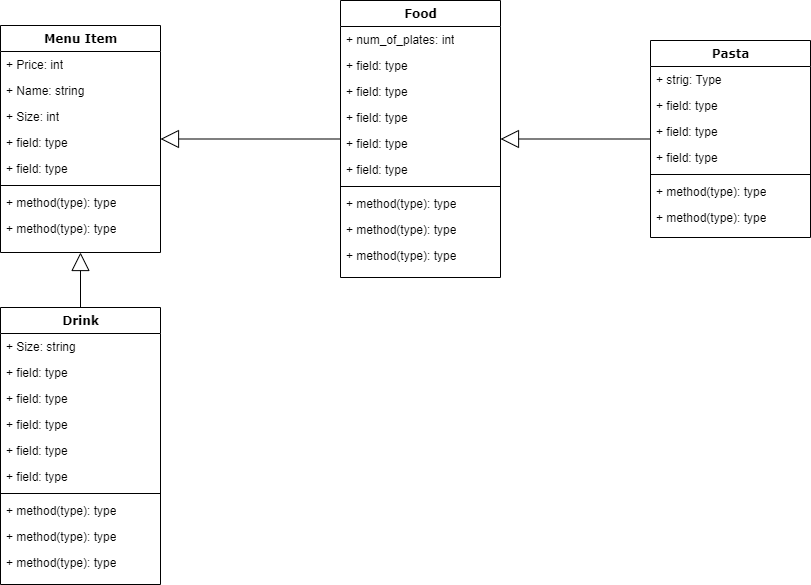
Before: UML.png, a diagram exported from draw.io (SohamA12345/Project). Source tidied: cells renumbered, new cells last; positions are measured from the earlier drawing's top-left corner, leaving out a move shared by most shapes.
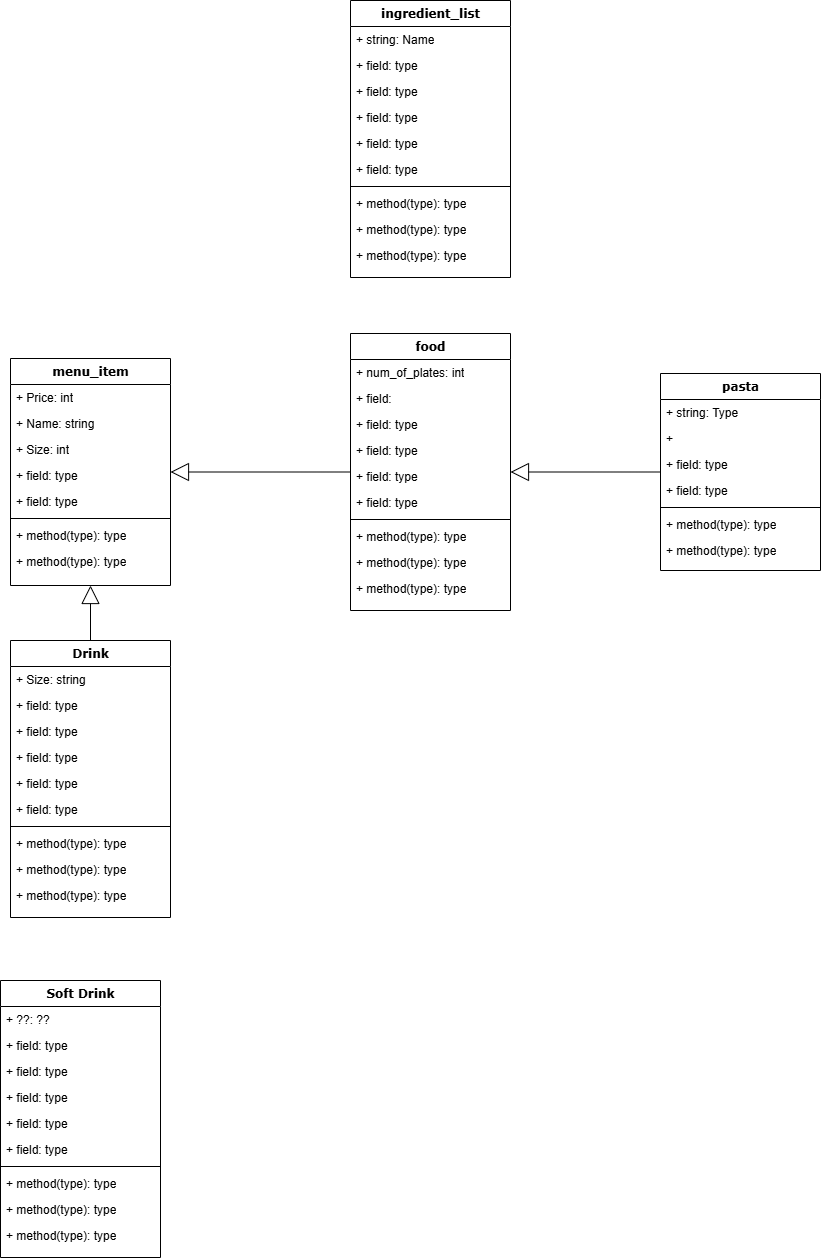
Later version of the same file.

Change to the diagram source:
```diff
@@ -2,7 +2,7 @@
   <root>
     <mxCell id="0" />
     <mxCell id="1" parent="0" />
-    <mxCell id="2" value="&lt;div&gt;Menu Item&lt;br&gt;&lt;/div&gt;" style="swimlane;html=1;fontStyle=1;align=center;verticalAlign=top;horizontal=1;startSize=26;swimlaneFillColor=#ffffff;rounded=0;shadow=0;comic=0;labelBackgroundColor=none;strokeWidth=1;fillColor=none;fontFamily=Verdana;fontSize=12;" parent="1" vertex="1">
+    <mxCell id="2" value="&lt;div&gt;menu_item&lt;br&gt;&lt;/div&gt;" style="swimlane;html=1;fontStyle=1;align=center;verticalAlign=top;horizontal=1;startSize=26;swimlaneFillColor=#ffffff;rounded=0;shadow=0;comic=0;labelBackgroundColor=none;strokeWidth=1;fillColor=none;fontFamily=Verdana;fontSize=12;" parent="1" vertex="1">
       <mxGeometry y="25" width="160" height="227" as="geometry" />
     </mxCell>
     <mxCell id="3" value="+ Price: int" style="text;html=1;strokeColor=none;fillColor=none;align=left;verticalAlign=top;spacingLeft=4;spacingRight=4;whiteSpace=wrap;overflow=hidden;" parent="2" vertex="1">
@@ -32,13 +32,13 @@
     <mxCell id="11" style="edgeStyle=orthogonalEdgeStyle;html=1;labelBackgroundColor=none;startFill=0;startSize=8;endArrow=block;endFill=0;endSize=16;fontFamily=Verdana;fontSize=12;elbow=vertical;rounded=1;strokeColor=default;align=center;verticalAlign=middle;fontColor=default;" parent="1" edge="1" source="23" target="12">
       <mxGeometry relative="1" as="geometry" />
     </mxCell>
-    <mxCell id="12" value="Food" style="swimlane;html=1;fontStyle=1;align=center;verticalAlign=top;horizontal=1;startSize=26;swimlaneFillColor=#ffffff;rounded=0;shadow=0;comic=0;labelBackgroundColor=none;strokeWidth=1;fillColor=none;fontFamily=Verdana;fontSize=12;" parent="1" vertex="1">
+    <mxCell id="12" value="food" style="swimlane;html=1;fontStyle=1;align=center;verticalAlign=top;horizontal=1;startSize=26;swimlaneFillColor=#ffffff;rounded=0;shadow=0;comic=0;labelBackgroundColor=none;strokeWidth=1;fillColor=none;fontFamily=Verdana;fontSize=12;" parent="1" vertex="1">
       <mxGeometry x="340" width="160" height="277" as="geometry" />
     </mxCell>
     <mxCell id="13" value="+ num_of_plates: int" style="text;html=1;strokeColor=none;fillColor=none;align=left;verticalAlign=top;spacingLeft=4;spacingRight=4;whiteSpace=wrap;overflow=hidden;" parent="12" vertex="1">
       <mxGeometry y="26" width="160" height="26" as="geometry" />
     </mxCell>
-    <mxCell id="14" value="+ field: type" style="text;html=1;strokeColor=none;fillColor=none;align=left;verticalAlign=top;spacingLeft=4;spacingRight=4;whiteSpace=wrap;overflow=hidden;" parent="12" vertex="1">
+    <mxCell id="14" value="+ field:" style="text;html=1;strokeColor=none;fillColor=none;align=left;verticalAlign=top;spacingLeft=4;spacingRight=4;whiteSpace=wrap;overflow=hidden;" parent="12" vertex="1">
       <mxGeometry y="52" width="160" height="26" as="geometry" />
     </mxCell>
     <mxCell id="15" value="+ field: type" style="text;html=1;strokeColor=none;fillColor=none;align=left;verticalAlign=top;spacingLeft=4;spacingRight=4;whiteSpace=wrap;overflow=hidden;" parent="12" vertex="1">
@@ -65,13 +65,13 @@
     <mxCell id="22" value="+ method(type): type" style="text;html=1;strokeColor=none;fillColor=none;align=left;verticalAlign=top;spacingLeft=4;spacingRight=4;whiteSpace=wrap;overflow=hidden;" parent="12" vertex="1">
       <mxGeometry y="242" width="160" height="26" as="geometry" />
     </mxCell>
-    <mxCell id="23" value="Pasta" style="swimlane;html=1;fontStyle=1;align=center;verticalAlign=top;horizontal=1;startSize=26;swimlaneFillColor=#ffffff;rounded=0;shadow=0;comic=0;labelBackgroundColor=none;strokeWidth=1;fillColor=none;fontFamily=Verdana;fontSize=12;" parent="1" vertex="1">
+    <mxCell id="23" value="pasta" style="swimlane;html=1;fontStyle=1;align=center;verticalAlign=top;horizontal=1;startSize=26;swimlaneFillColor=#ffffff;rounded=0;shadow=0;comic=0;labelBackgroundColor=none;strokeWidth=1;fillColor=none;fontFamily=Verdana;fontSize=12;" parent="1" vertex="1">
       <mxGeometry x="650" y="40" width="160" height="197" as="geometry" />
     </mxCell>
-    <mxCell id="24" value="+ strig: Type&amp;nbsp;" style="text;html=1;strokeColor=none;fillColor=none;align=left;verticalAlign=top;spacingLeft=4;spacingRight=4;whiteSpace=wrap;overflow=hidden;" parent="23" vertex="1">
+    <mxCell id="24" value="+ string: Type&amp;nbsp;" style="text;html=1;strokeColor=none;fillColor=none;align=left;verticalAlign=top;spacingLeft=4;spacingRight=4;whiteSpace=wrap;overflow=hidden;" parent="23" vertex="1">
       <mxGeometry y="26" width="160" height="26" as="geometry" />
     </mxCell>
-    <mxCell id="25" value="+ field: type" style="text;html=1;strokeColor=none;fillColor=none;align=left;verticalAlign=top;spacingLeft=4;spacingRight=4;whiteSpace=wrap;overflow=hidden;" parent="23" vertex="1">
+    <mxCell id="25" value="+&amp;nbsp;" style="text;html=1;strokeColor=none;fillColor=none;align=left;verticalAlign=top;spacingLeft=4;spacingRight=4;whiteSpace=wrap;overflow=hidden;" parent="23" vertex="1">
       <mxGeometry y="52" width="160" height="26" as="geometry" />
     </mxCell>
     <mxCell id="26" value="+ field: type" style="text;html=1;strokeColor=none;fillColor=none;align=left;verticalAlign=top;spacingLeft=4;spacingRight=4;whiteSpace=wrap;overflow=hidden;" parent="23" vertex="1">
@@ -128,5 +128,71 @@
     <mxCell id="43" value="+ method(type): type" style="text;html=1;strokeColor=none;fillColor=none;align=left;verticalAlign=top;spacingLeft=4;spacingRight=4;whiteSpace=wrap;overflow=hidden;" parent="33" vertex="1">
       <mxGeometry y="242" width="160" height="26" as="geometry" />
     </mxCell>
+    <mxCell id="44" value="Soft Drink" style="swimlane;html=1;fontStyle=1;align=center;verticalAlign=top;horizontal=1;startSize=26;swimlaneFillColor=#ffffff;rounded=0;shadow=0;comic=0;labelBackgroundColor=none;strokeWidth=1;fillColor=none;fontFamily=Verdana;fontSize=12;" parent="1" vertex="1">
+      <mxGeometry x="-10" y="647" width="160" height="277" as="geometry" />
+    </mxCell>
+    <mxCell id="45" value="+ ??: ??" style="text;html=1;strokeColor=none;fillColor=none;align=left;verticalAlign=top;spacingLeft=4;spacingRight=4;whiteSpace=wrap;overflow=hidden;" parent="44" vertex="1">
+      <mxGeometry y="26" width="160" height="26" as="geometry" />
+    </mxCell>
+    <mxCell id="46" value="+ field: type" style="text;html=1;strokeColor=none;fillColor=none;align=left;verticalAlign=top;spacingLeft=4;spacingRight=4;whiteSpace=wrap;overflow=hidden;" parent="44" vertex="1">
+      <mxGeometry y="52" width="160" height="26" as="geometry" />
+    </mxCell>
+    <mxCell id="47" value="+ field: type" style="text;html=1;strokeColor=none;fillColor=none;align=left;verticalAlign=top;spacingLeft=4;spacingRight=4;whiteSpace=wrap;overflow=hidden;" parent="44" vertex="1">
+      <mxGeometry y="78" width="160" height="26" as="geometry" />
+    </mxCell>
+    <mxCell id="48" value="+ field: type" style="text;html=1;strokeColor=none;fillColor=none;align=left;verticalAlign=top;spacingLeft=4;spacingRight=4;whiteSpace=wrap;overflow=hidden;" parent="44" vertex="1">
+      <mxGeometry y="104" width="160" height="26" as="geometry" />
+    </mxCell>
+    <mxCell id="49" value="+ field: type" style="text;html=1;strokeColor=none;fillColor=none;align=left;verticalAlign=top;spacingLeft=4;spacingRight=4;whiteSpace=wrap;overflow=hidden;" parent="44" vertex="1">
+      <mxGeometry y="130" width="160" height="26" as="geometry" />
+    </mxCell>
+    <mxCell id="50" value="+ field: type" style="text;html=1;strokeColor=none;fillColor=none;align=left;verticalAlign=top;spacingLeft=4;spacingRight=4;whiteSpace=wrap;overflow=hidden;" parent="44" vertex="1">
+      <mxGeometry y="156" width="160" height="26" as="geometry" />
+    </mxCell>
+    <mxCell id="51" style="line;html=1;strokeWidth=1;fillColor=none;align=left;verticalAlign=middle;spacingTop=-1;spacingLeft=3;spacingRight=3;labelPosition=right;" parent="44" vertex="1">
+      <mxGeometry y="182" width="160" height="8" as="geometry" />
+    </mxCell>
+    <mxCell id="52" value="+ method(type): type" style="text;html=1;strokeColor=none;fillColor=none;align=left;verticalAlign=top;spacingLeft=4;spacingRight=4;whiteSpace=wrap;overflow=hidden;" parent="44" vertex="1">
+      <mxGeometry y="190" width="160" height="26" as="geometry" />
+    </mxCell>
+    <mxCell id="53" value="+ method(type): type" style="text;html=1;strokeColor=none;fillColor=none;align=left;verticalAlign=top;spacingLeft=4;spacingRight=4;whiteSpace=wrap;overflow=hidden;" parent="44" vertex="1">
+      <mxGeometry y="216" width="160" height="26" as="geometry" />
+    </mxCell>
+    <mxCell id="54" value="+ method(type): type" style="text;html=1;strokeColor=none;fillColor=none;align=left;verticalAlign=top;spacingLeft=4;spacingRight=4;whiteSpace=wrap;overflow=hidden;" parent="44" vertex="1">
+      <mxGeometry y="242" width="160" height="26" as="geometry" />
+    </mxCell>
+    <mxCell id="55" value="ingredient_list" style="swimlane;html=1;fontStyle=1;align=center;verticalAlign=top;horizontal=1;startSize=26;swimlaneFillColor=#ffffff;rounded=0;shadow=0;comic=0;labelBackgroundColor=none;strokeWidth=1;fillColor=none;fontFamily=Verdana;fontSize=12;" parent="1" vertex="1">
+      <mxGeometry x="340" y="-333" width="160" height="277" as="geometry" />
+    </mxCell>
+    <mxCell id="56" value="+ string: Name" style="text;html=1;strokeColor=none;fillColor=none;align=left;verticalAlign=top;spacingLeft=4;spacingRight=4;whiteSpace=wrap;overflow=hidden;" parent="55" vertex="1">
+      <mxGeometry y="26" width="160" height="26" as="geometry" />
+    </mxCell>
+    <mxCell id="57" value="+ field: type" style="text;html=1;strokeColor=none;fillColor=none;align=left;verticalAlign=top;spacingLeft=4;spacingRight=4;whiteSpace=wrap;overflow=hidden;" parent="55" vertex="1">
+      <mxGeometry y="52" width="160" height="26" as="geometry" />
+    </mxCell>
+    <mxCell id="58" value="+ field: type" style="text;html=1;strokeColor=none;fillColor=none;align=left;verticalAlign=top;spacingLeft=4;spacingRight=4;whiteSpace=wrap;overflow=hidden;" parent="55" vertex="1">
+      <mxGeometry y="78" width="160" height="26" as="geometry" />
+    </mxCell>
+    <mxCell id="59" value="+ field: type" style="text;html=1;strokeColor=none;fillColor=none;align=left;verticalAlign=top;spacingLeft=4;spacingRight=4;whiteSpace=wrap;overflow=hidden;" parent="55" vertex="1">
+      <mxGeometry y="104" width="160" height="26" as="geometry" />
+    </mxCell>
+    <mxCell id="60" value="+ field: type" style="text;html=1;strokeColor=none;fillColor=none;align=left;verticalAlign=top;spacingLeft=4;spacingRight=4;whiteSpace=wrap;overflow=hidden;" parent="55" vertex="1">
+      <mxGeometry y="130" width="160" height="26" as="geometry" />
+    </mxCell>
+    <mxCell id="61" value="+ field: type" style="text;html=1;strokeColor=none;fillColor=none;align=left;verticalAlign=top;spacingLeft=4;spacingRight=4;whiteSpace=wrap;overflow=hidden;" parent="55" vertex="1">
+      <mxGeometry y="156" width="160" height="26" as="geometry" />
+    </mxCell>
+    <mxCell id="62" style="line;html=1;strokeWidth=1;fillColor=none;align=left;verticalAlign=middle;spacingTop=-1;spacingLeft=3;spacingRight=3;labelPosition=right;" parent="55" vertex="1">
+      <mxGeometry y="182" width="160" height="8" as="geometry" />
+    </mxCell>
+    <mxCell id="63" value="+ method(type): type" style="text;html=1;strokeColor=none;fillColor=none;align=left;verticalAlign=top;spacingLeft=4;spacingRight=4;whiteSpace=wrap;overflow=hidden;" parent="55" vertex="1">
+      <mxGeometry y="190" width="160" height="26" as="geometry" />
+    </mxCell>
+    <mxCell id="64" value="+ method(type): type" style="text;html=1;strokeColor=none;fillColor=none;align=left;verticalAlign=top;spacingLeft=4;spacingRight=4;whiteSpace=wrap;overflow=hidden;" parent="55" vertex="1">
+      <mxGeometry y="216" width="160" height="26" as="geometry" />
+    </mxCell>
+    <mxCell id="65" value="+ method(type): type" style="text;html=1;strokeColor=none;fillColor=none;align=left;verticalAlign=top;spacingLeft=4;spacingRight=4;whiteSpace=wrap;overflow=hidden;" parent="55" vertex="1">
+      <mxGeometry y="242" width="160" height="26" as="geometry" />
+    </mxCell>
   </root>
 </mxGraphModel>
```
